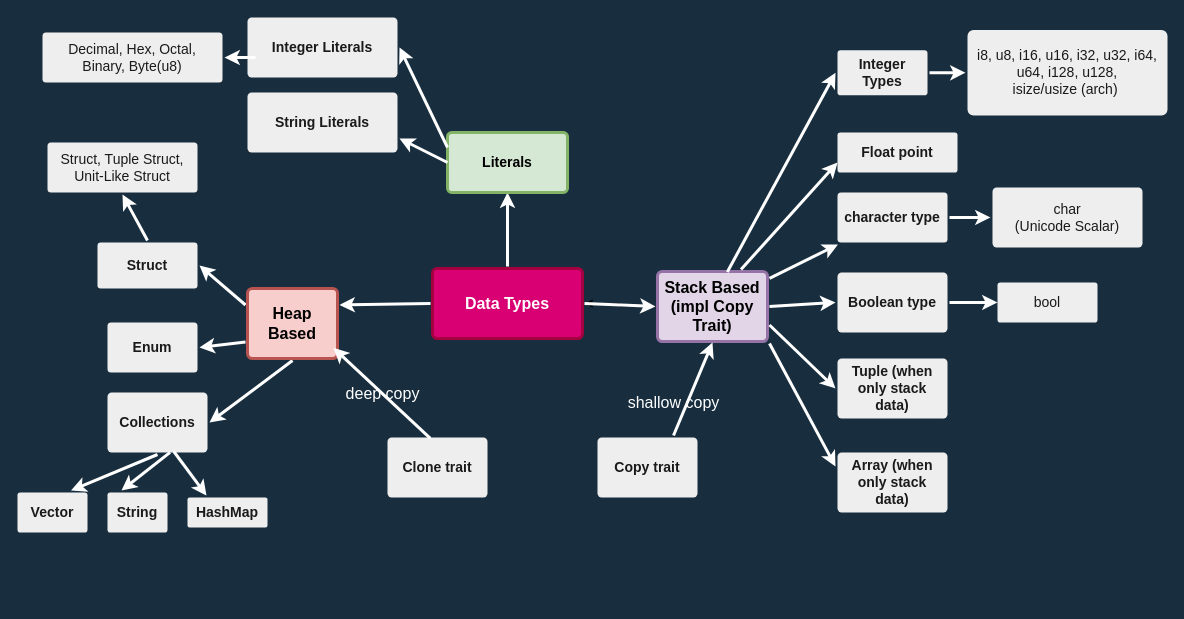
gftea/rust_lang_notes keeps this draw.io diagram as page "Data Types" (1 of 9) of datatypes.drawio. Above is the earlier version. Source tidied: cells renumbered, new cells numbered last; positions are measured from the earlier drawing's top-left corner, leaving out a move shared by most shapes. Both pictures are drawn from the tidied source at 100%, with x=0, y=0 at pixel (17, 17).
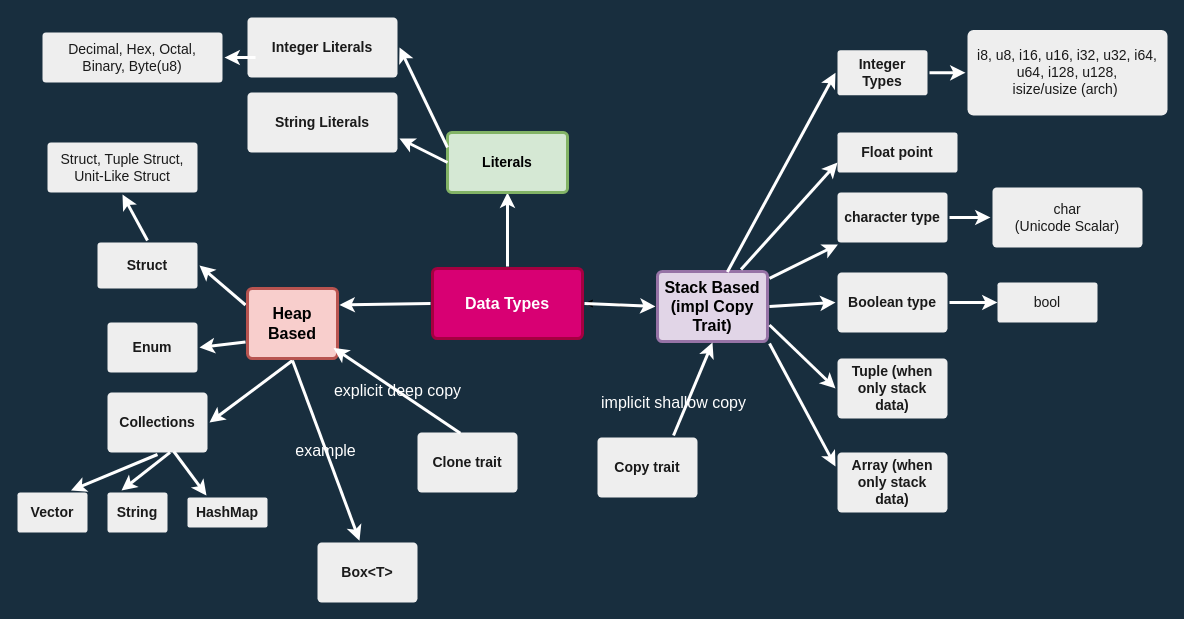
The same page after the edit.

The change refers to these unchanged cells:
```xml
<mxCell id="30" value="Heap Based" style="rounded=1;whiteSpace=wrap;html=1;shadow=0;labelBackgroundColor=none;strokeColor=#b85450;strokeWidth=3;fillColor=#f8cecc;fontFamily=Helvetica;fontSize=16;align=center;fontStyle=1;spacing=5;arcSize=7;perimeterSpacing=2;" parent="1" vertex="1">
  <mxGeometry x="230" y="271" width="90" height="70" as="geometry" />
</mxCell>
<mxCell id="49" value="Copy trait" style="rounded=1;whiteSpace=wrap;html=1;shadow=0;labelBackgroundColor=none;strokeColor=none;strokeWidth=3;fillColor=#EEEEEE;fontFamily=Helvetica;fontSize=14;fontColor=#1A1A1A;align=center;spacing=5;fontStyle=1;arcSize=7;perimeterSpacing=2;" parent="1" vertex="1">
  <mxGeometry x="580" y="420" width="100" height="60" as="geometry" />
</mxCell>
```

The edit, as a diff of the source:
```diff
@@
     <mxCell id="48" value="Clone trait" style="rounded=1;whiteSpace=wrap;html=1;shadow=0;labelBackgroundColor=none;strokeColor=none;strokeWidth=3;fillColor=#EEEEEE;fontFamily=Helvetica;fontSize=14;fontColor=#1A1A1A;align=center;spacing=5;fontStyle=1;arcSize=7;perimeterSpacing=2;" parent="1" vertex="1">
-      <mxGeometry x="370" y="420" width="100" height="60" as="geometry" />
+      <mxGeometry x="400" y="415" width="100" height="60" as="geometry" />
     </mxCell>
@@
-    <mxCell id="50" value="deep copy" style="edgeStyle=none;rounded=0;jumpStyle=none;html=1;shadow=0;labelBackgroundColor=none;startArrow=none;startFill=0;endArrow=classic;endFill=1;jettySize=auto;strokeColor=#FFFFFF;strokeWidth=3;fontFamily=Helvetica;fontSize=16;fontColor=#FFFFFF;spacing=5;exitX=0.431;exitY=0.044;exitDx=0;exitDy=0;entryX=0.936;entryY=0.83;entryDx=0;entryDy=0;exitPerimeter=0;entryPerimeter=0;" parent="1" edge="1" source="48" target="30">
+    <mxCell id="50" value="explicit deep copy" style="edgeStyle=none;rounded=0;jumpStyle=none;html=1;shadow=0;labelBackgroundColor=none;startArrow=none;startFill=0;endArrow=classic;endFill=1;jettySize=auto;strokeColor=#FFFFFF;strokeWidth=3;fontFamily=Helvetica;fontSize=16;fontColor=#FFFFFF;spacing=5;exitX=0.431;exitY=0.044;exitDx=0;exitDy=0;entryX=0.936;entryY=0.83;entryDx=0;entryDy=0;exitPerimeter=0;entryPerimeter=0;" parent="1" edge="1" source="48" target="30">
       <mxGeometry relative="1" as="geometry" />
     </mxCell>
-    <mxCell id="51" value="shallow copy" style="edgeStyle=none;rounded=0;jumpStyle=none;html=1;shadow=0;labelBackgroundColor=none;startArrow=none;startFill=0;endArrow=classic;endFill=1;jettySize=auto;strokeColor=#FFFFFF;strokeWidth=3;fontFamily=Helvetica;fontSize=16;fontColor=#FFFFFF;spacing=5;exitX=0.75;exitY=0;exitDx=0;exitDy=0;" parent="1" edge="1" source="49">
+    <mxCell id="51" value="implicit shallow copy" style="edgeStyle=none;rounded=0;jumpStyle=none;html=1;shadow=0;labelBackgroundColor=none;startArrow=none;startFill=0;endArrow=classic;endFill=1;jettySize=auto;strokeColor=#FFFFFF;strokeWidth=3;fontFamily=Helvetica;fontSize=16;fontColor=#FFFFFF;spacing=5;exitX=0.75;exitY=0;exitDx=0;exitDy=0;" parent="1" edge="1" source="49">
       <mxGeometry x="-0.4" y="13" relative="1" as="geometry">
         <mxPoint x="695" y="325" as="targetPoint" />
       </mxGeometry>
     </mxCell>
+    <mxCell id="52" value="Box&amp;lt;T&amp;gt;" style="rounded=1;whiteSpace=wrap;html=1;shadow=0;labelBackgroundColor=none;strokeColor=none;strokeWidth=3;fillColor=#EEEEEE;fontFamily=Helvetica;fontSize=14;fontColor=#1A1A1A;align=center;spacing=5;fontStyle=1;arcSize=7;perimeterSpacing=2;" parent="1" vertex="1">
+      <mxGeometry x="300" y="525" width="100" height="60" as="geometry" />
+    </mxCell>
+    <mxCell id="53" value="example" style="edgeStyle=none;rounded=0;jumpStyle=none;html=1;shadow=0;labelBackgroundColor=none;startArrow=none;startFill=0;endArrow=classic;endFill=1;jettySize=auto;strokeColor=#FFFFFF;strokeWidth=3;fontFamily=Helvetica;fontSize=16;fontColor=#FFFFFF;spacing=5;exitX=0.5;exitY=1;exitDx=0;exitDy=0;entryX=0.423;entryY=0.003;entryDx=0;entryDy=0;entryPerimeter=0;" parent="1" edge="1" source="30" target="52">
+      <mxGeometry relative="1" as="geometry" />
+    </mxCell>
```
